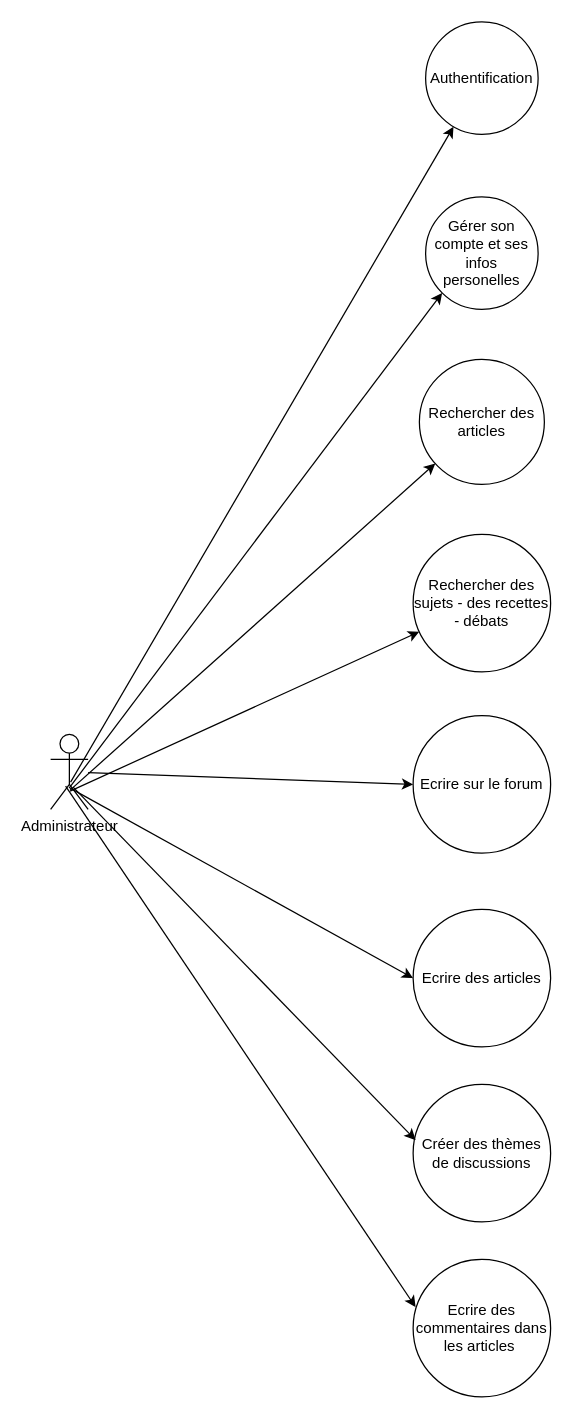
The draw.io diagram page "Copie de Diagramme de cas d'utilisation - administrateur" (4 of 6) of Diagramme sans nom.drawio in loubhmd/loubhmd, before the edit. Source tidied: cells renumbered, new cells numbered last; positions are measured from the earlier drawing's top-left corner, leaving out a move shared by most shapes. Both pictures are drawn from the tidied source at 125%, with x=0, y=0 at pixel (50, 21).
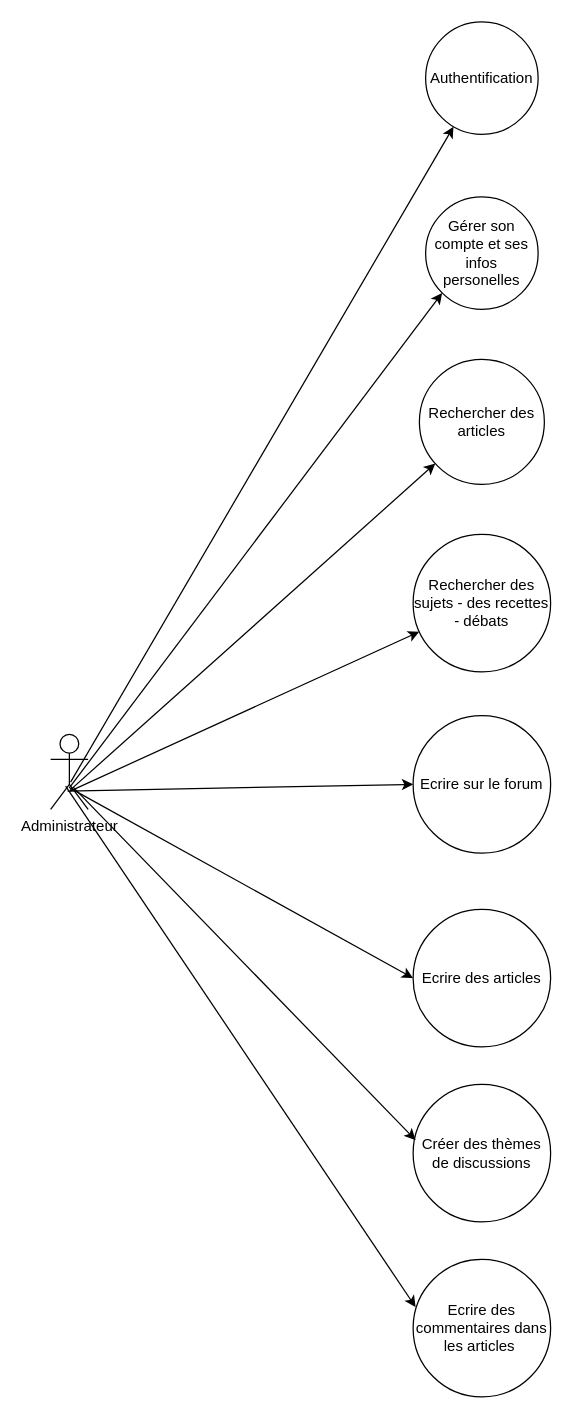
The same page after the edit.

The edit, as a diff of the source:
```diff
@@
 <mxGraphModel>
   <root>
     <mxCell id="0" />
     <mxCell id="1" parent="0" />
     <mxCell id="2" value="Authentification" style="ellipse;whiteSpace=wrap;html=1;" parent="1" vertex="1">
       <mxGeometry x="300" width="90" height="90" as="geometry" />
     </mxCell>
     <mxCell id="3" value="Gérer son compte et ses infos personelles" style="ellipse;whiteSpace=wrap;html=1;" parent="1" vertex="1">
       <mxGeometry x="300" y="140" width="90" height="90" as="geometry" />
     </mxCell>
     <mxCell id="4" value="Rechercher des articles" style="ellipse;whiteSpace=wrap;html=1;" parent="1" vertex="1">
       <mxGeometry x="295" y="270" width="100" height="100" as="geometry" />
     </mxCell>
     <mxCell id="5" value="Rechercher des sujets - des recettes - débats" style="ellipse;whiteSpace=wrap;html=1;" parent="1" vertex="1">
       <mxGeometry x="290" y="410" width="110" height="110" as="geometry" />
     </mxCell>
     <mxCell id="6" value="Ecrire sur le forum" style="ellipse;whiteSpace=wrap;html=1;" parent="1" vertex="1">
       <mxGeometry x="290" y="555" width="110" height="110" as="geometry" />
     </mxCell>
     <mxCell id="7" value="Ecrire des articles" style="ellipse;whiteSpace=wrap;html=1;" parent="1" vertex="1">
       <mxGeometry x="290" y="710" width="110" height="110" as="geometry" />
     </mxCell>
     <mxCell id="8" value="Créer des thèmes de discussions" style="ellipse;whiteSpace=wrap;html=1;" parent="1" vertex="1">
       <mxGeometry x="290" y="850" width="110" height="110" as="geometry" />
     </mxCell>
     <mxCell id="9" value="Ecrire des commentaires dans les articles&amp;nbsp;" style="ellipse;whiteSpace=wrap;html=1;" parent="1" vertex="1">
       <mxGeometry x="290" y="990" width="110" height="110" as="geometry" />
     </mxCell>
     <mxCell id="10" style="endArrow=classic;html=1;rounded=0;exitX=0.533;exitY=0.637;exitDx=0;exitDy=0;exitPerimeter=0;" parent="1" edge="1" source="18" target="2">
       <mxGeometry relative="1" as="geometry" />
     </mxCell>
     <mxCell id="11" style="endArrow=classic;html=1;rounded=0;entryX=0;entryY=1;entryDx=0;entryDy=0;exitX=0.493;exitY=0.717;exitDx=0;exitDy=0;exitPerimeter=0;" parent="1" edge="1" source="18" target="3">
       <mxGeometry relative="1" as="geometry" />
     </mxCell>
     <mxCell id="12" style="endArrow=classic;html=1;rounded=0;exitX=0.52;exitY=0.743;exitDx=0;exitDy=0;exitPerimeter=0;" parent="1" edge="1" source="18" target="4">
       <mxGeometry relative="1" as="geometry" />
     </mxCell>
     <mxCell id="13" style="endArrow=classic;html=1;rounded=0;exitX=0.52;exitY=0.757;exitDx=0;exitDy=0;exitPerimeter=0;" parent="1" edge="1" source="18" target="5">
       <mxGeometry relative="1" as="geometry" />
     </mxCell>
-    <mxCell id="14" style="endArrow=classic;html=1;rounded=0;entryX=0;entryY=0.5;entryDx=0;entryDy=0;startArrow=none;" parent="1" edge="1" source="18" target="6">
+    <mxCell id="14" style="endArrow=classic;html=1;rounded=0;entryX=0;entryY=0.5;entryDx=0;entryDy=0;startArrow=none;exitX=0.453;exitY=0.757;exitDx=0;exitDy=0;exitPerimeter=0;" parent="1" edge="1" source="18" target="6">
       <mxGeometry relative="1" as="geometry" />
     </mxCell>
     <mxCell id="15" style="endArrow=classic;html=1;rounded=0;entryX=0;entryY=0.5;entryDx=0;entryDy=0;exitX=0.52;exitY=0.717;exitDx=0;exitDy=0;exitPerimeter=0;" parent="1" edge="1" source="18" target="7">
       <mxGeometry relative="1" as="geometry" />
     </mxCell>
     <mxCell id="16" style="endArrow=classic;html=1;rounded=0;entryX=0.018;entryY=0.405;entryDx=0;entryDy=0;exitX=0.6;exitY=0.703;exitDx=0;exitDy=0;exitPerimeter=0;entryPerimeter=0;" parent="1" edge="1" source="18" target="8">
       <mxGeometry relative="1" as="geometry" />
     </mxCell>
     <mxCell id="17" style="endArrow=classic;html=1;rounded=0;entryX=0.018;entryY=0.347;entryDx=0;entryDy=0;entryPerimeter=0;exitX=0.4;exitY=0.69;exitDx=0;exitDy=0;exitPerimeter=0;" parent="1" edge="1" source="18" target="9">
       <mxGeometry relative="1" as="geometry" />
     </mxCell>
     <mxCell id="18" value="Administrateur" style="shape=umlActor;verticalLabelPosition=bottom;verticalAlign=top;html=1;" parent="1" vertex="1">
       <mxGeometry y="570" width="30" height="60" as="geometry" />
     </mxCell>
   </root>
 </mxGraphModel>
```
